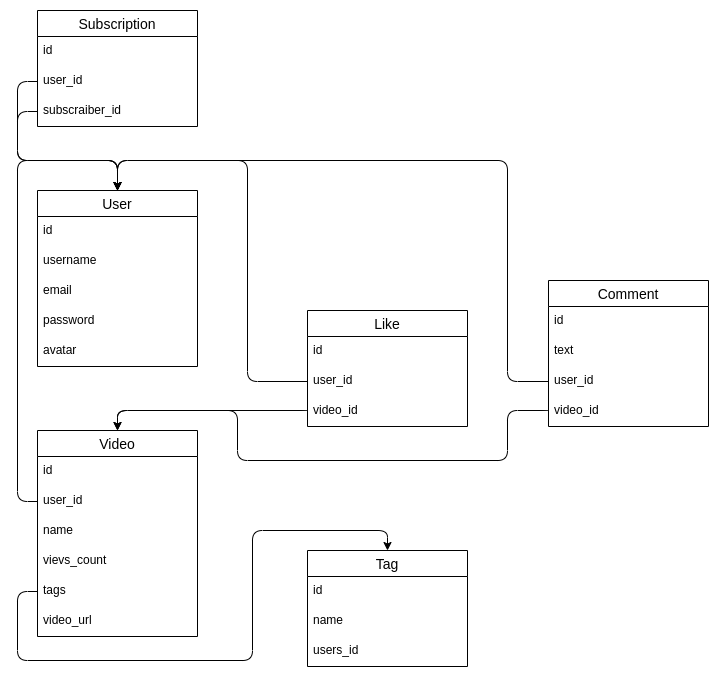
Before: bd_scheme.png, a diagram exported from draw.io (Elderly-AI/hiload). Source tidied: cells renumbered, new cells last; positions are measured from the earlier drawing's top-left corner, leaving out a move shared by most shapes. Source of this version:
```xml
<mxGraphModel>
  <root>
    <mxCell id="0" />
    <mxCell id="1" parent="0" />
    <mxCell id="2" value="User" style="swimlane;fontStyle=0;horizontal=1;startSize=26;align=center;fontSize=14;" parent="1" vertex="1">
      <mxGeometry x="20" y="180" width="160" height="176" as="geometry" />
    </mxCell>
    <mxCell id="3" value="id" style="text;strokeColor=none;fillColor=none;spacingLeft=4;spacingRight=4;overflow=hidden;fontSize=12;" parent="2" vertex="1">
      <mxGeometry y="26" width="160" height="30" as="geometry" />
    </mxCell>
    <mxCell id="4" value="username" style="text;strokeColor=none;fillColor=none;spacingLeft=4;spacingRight=4;overflow=hidden;fontSize=12;" parent="2" vertex="1">
      <mxGeometry y="56" width="160" height="30" as="geometry" />
    </mxCell>
    <mxCell id="5" value="email" style="text;strokeColor=none;fillColor=none;spacingLeft=4;spacingRight=4;overflow=hidden;fontSize=12;" parent="2" vertex="1">
      <mxGeometry y="86" width="160" height="30" as="geometry" />
    </mxCell>
    <mxCell id="6" value="password" style="text;strokeColor=none;fillColor=none;spacingLeft=4;spacingRight=4;overflow=hidden;fontSize=12;" parent="2" vertex="1">
      <mxGeometry y="116" width="160" height="30" as="geometry" />
    </mxCell>
    <mxCell id="7" value="avatar" style="text;strokeColor=none;fillColor=none;spacingLeft=4;spacingRight=4;overflow=hidden;fontSize=12;" parent="2" vertex="1">
      <mxGeometry y="146" width="160" height="30" as="geometry" />
    </mxCell>
    <mxCell id="8" value="Like" style="swimlane;fontStyle=0;horizontal=1;startSize=26;align=center;fontSize=14;" parent="1" vertex="1">
      <mxGeometry x="290" y="300" width="160" height="116" as="geometry" />
    </mxCell>
    <mxCell id="9" value="id" style="text;strokeColor=none;fillColor=none;spacingLeft=4;spacingRight=4;overflow=hidden;fontSize=12;" parent="8" vertex="1">
      <mxGeometry y="26" width="160" height="30" as="geometry" />
    </mxCell>
    <mxCell id="10" value="user_id" style="text;strokeColor=none;fillColor=none;spacingLeft=4;spacingRight=4;overflow=hidden;points=[[0,0.5],[1,0.5]];portConstraint=eastwest;fontSize=12;" parent="8" vertex="1">
      <mxGeometry y="56" width="160" height="30" as="geometry" />
    </mxCell>
    <mxCell id="11" value="video_id" style="text;strokeColor=none;fillColor=none;spacingLeft=4;spacingRight=4;overflow=hidden;points=[[0,0.5],[1,0.5]];portConstraint=eastwest;fontSize=12;" parent="8" vertex="1">
      <mxGeometry y="86" width="160" height="30" as="geometry" />
    </mxCell>
    <mxCell id="12" value="Tag" style="swimlane;fontStyle=0;horizontal=1;startSize=26;align=center;fontSize=14;" parent="1" vertex="1">
      <mxGeometry x="290" y="540" width="160" height="116" as="geometry" />
    </mxCell>
    <mxCell id="13" value="id" style="text;strokeColor=none;fillColor=none;spacingLeft=4;spacingRight=4;overflow=hidden;fontSize=12;" parent="12" vertex="1">
      <mxGeometry y="26" width="160" height="30" as="geometry" />
    </mxCell>
    <mxCell id="14" value="name" style="text;strokeColor=none;fillColor=none;spacingLeft=4;spacingRight=4;overflow=hidden;fontSize=12;" parent="12" vertex="1">
      <mxGeometry y="56" width="160" height="30" as="geometry" />
    </mxCell>
    <mxCell id="15" value="users_id" style="text;strokeColor=none;fillColor=none;spacingLeft=4;spacingRight=4;overflow=hidden;fontSize=12;" parent="12" vertex="1">
      <mxGeometry y="86" width="160" height="30" as="geometry" />
    </mxCell>
    <mxCell id="16" value="Comment" style="swimlane;fontStyle=0;horizontal=1;startSize=26;align=center;fontSize=14;" parent="1" vertex="1">
      <mxGeometry x="531" y="270" width="160" height="146" as="geometry" />
    </mxCell>
    <mxCell id="17" value="id" style="text;strokeColor=none;fillColor=none;spacingLeft=4;spacingRight=4;overflow=hidden;fontSize=12;" parent="16" vertex="1">
      <mxGeometry y="26" width="160" height="30" as="geometry" />
    </mxCell>
    <mxCell id="18" value="text" style="text;strokeColor=none;fillColor=none;spacingLeft=4;spacingRight=4;overflow=hidden;fontSize=12;" parent="16" vertex="1">
      <mxGeometry y="56" width="160" height="30" as="geometry" />
    </mxCell>
    <mxCell id="19" value="user_id" style="text;strokeColor=none;fillColor=none;spacingLeft=4;spacingRight=4;overflow=hidden;points=[[0,0.5],[1,0.5]];portConstraint=eastwest;fontSize=12;" parent="16" vertex="1">
      <mxGeometry y="86" width="160" height="30" as="geometry" />
    </mxCell>
    <mxCell id="20" value="video_id" style="text;strokeColor=none;fillColor=none;spacingLeft=4;spacingRight=4;overflow=hidden;points=[[0,0.5],[1,0.5]];portConstraint=eastwest;fontSize=12;" parent="16" vertex="1">
      <mxGeometry y="116" width="160" height="30" as="geometry" />
    </mxCell>
    <mxCell id="21" value="Video" style="swimlane;fontStyle=0;horizontal=1;startSize=26;align=center;fontSize=14;" parent="1" vertex="1">
      <mxGeometry x="20" y="420" width="160" height="206" as="geometry" />
    </mxCell>
    <mxCell id="22" value="id" style="text;strokeColor=none;fillColor=none;spacingLeft=4;spacingRight=4;overflow=hidden;fontSize=12;" parent="21" vertex="1">
      <mxGeometry y="26" width="160" height="30" as="geometry" />
    </mxCell>
    <mxCell id="23" value="user_id" style="text;strokeColor=none;fillColor=none;spacingLeft=4;spacingRight=4;overflow=hidden;points=[[0,0.5],[1,0.5]];portConstraint=eastwest;fontSize=12;" parent="21" vertex="1">
      <mxGeometry y="56" width="160" height="30" as="geometry" />
    </mxCell>
    <mxCell id="24" value="name" style="text;strokeColor=none;fillColor=none;spacingLeft=4;spacingRight=4;overflow=hidden;fontSize=12;" parent="21" vertex="1">
      <mxGeometry y="86" width="160" height="30" as="geometry" />
    </mxCell>
    <mxCell id="25" value="vievs_count" style="text;strokeColor=none;fillColor=none;spacingLeft=4;spacingRight=4;overflow=hidden;fontSize=12;" parent="21" vertex="1">
      <mxGeometry y="116" width="160" height="30" as="geometry" />
    </mxCell>
    <mxCell id="26" value="tags" style="text;strokeColor=none;fillColor=none;spacingLeft=4;spacingRight=4;overflow=hidden;points=[[0,0.5],[1,0.5]];portConstraint=eastwest;fontSize=12;" parent="21" vertex="1">
      <mxGeometry y="146" width="160" height="30" as="geometry" />
    </mxCell>
    <mxCell id="27" value="video_url" style="text;strokeColor=none;fillColor=none;spacingLeft=4;spacingRight=4;overflow=hidden;fontSize=12;" parent="21" vertex="1">
      <mxGeometry y="176" width="160" height="30" as="geometry" />
    </mxCell>
    <mxCell id="28" value="Subscription" style="swimlane;fontStyle=0;horizontal=1;startSize=26;align=center;fontSize=14;" parent="1" vertex="1">
      <mxGeometry x="20" width="160" height="116" as="geometry" />
    </mxCell>
    <mxCell id="29" value="id" style="text;strokeColor=none;fillColor=none;spacingLeft=4;spacingRight=4;overflow=hidden;fontSize=12;" parent="28" vertex="1">
      <mxGeometry y="26" width="160" height="30" as="geometry" />
    </mxCell>
    <mxCell id="30" value="user_id" style="text;strokeColor=none;fillColor=none;spacingLeft=4;spacingRight=4;overflow=hidden;points=[[0,0.5],[1,0.5]];portConstraint=eastwest;fontSize=12;" parent="28" vertex="1">
      <mxGeometry y="56" width="160" height="30" as="geometry" />
    </mxCell>
    <mxCell id="31" value="subscraiber_id" style="text;strokeColor=none;fillColor=none;spacingLeft=4;spacingRight=4;overflow=hidden;points=[[0,0.5],[1,0.5]];portConstraint=eastwest;fontSize=12;" parent="28" vertex="1">
      <mxGeometry y="86" width="160" height="30" as="geometry" />
    </mxCell>
    <mxCell id="32" style="edgeStyle=orthogonalEdgeStyle;rounded=1;jettySize=auto;html=1;exitX=0;exitY=0.5;exitDx=0;exitDy=0;entryX=0.5;entryY=0;entryDx=0;entryDy=0;" parent="1" edge="1" source="30" target="2">
      <mxGeometry relative="1" as="geometry">
        <Array as="points">
          <mxPoint y="71" />
          <mxPoint y="150" />
          <mxPoint x="100" y="150" />
        </Array>
      </mxGeometry>
    </mxCell>
    <mxCell id="33" style="edgeStyle=orthogonalEdgeStyle;rounded=1;jettySize=auto;html=1;exitX=0;exitY=0.5;exitDx=0;exitDy=0;entryX=0.5;entryY=0;entryDx=0;entryDy=0;" parent="1" edge="1" source="31" target="2">
      <mxGeometry relative="1" as="geometry">
        <Array as="points">
          <mxPoint y="101" />
          <mxPoint y="150" />
          <mxPoint x="100" y="150" />
        </Array>
      </mxGeometry>
    </mxCell>
    <mxCell id="34" style="edgeStyle=orthogonalEdgeStyle;rounded=1;jettySize=auto;html=1;exitX=0;exitY=0.5;exitDx=0;exitDy=0;entryX=0.5;entryY=0;entryDx=0;entryDy=0;" parent="1" edge="1" source="23" target="2">
      <mxGeometry relative="1" as="geometry">
        <Array as="points">
          <mxPoint y="491" />
          <mxPoint y="150" />
          <mxPoint x="100" y="150" />
        </Array>
      </mxGeometry>
    </mxCell>
    <mxCell id="35" style="edgeStyle=orthogonalEdgeStyle;rounded=1;jettySize=auto;html=1;exitX=0;exitY=0.5;exitDx=0;exitDy=0;entryX=0.5;entryY=0;entryDx=0;entryDy=0;" parent="1" edge="1" source="26" target="12">
      <mxGeometry relative="1" as="geometry">
        <Array as="points">
          <mxPoint y="581" />
          <mxPoint y="650" />
          <mxPoint x="235" y="650" />
          <mxPoint x="235" y="520" />
          <mxPoint x="370" y="520" />
        </Array>
      </mxGeometry>
    </mxCell>
    <mxCell id="36" style="edgeStyle=orthogonalEdgeStyle;rounded=1;jettySize=auto;html=1;exitX=0;exitY=0.5;exitDx=0;exitDy=0;entryX=0.5;entryY=0;entryDx=0;entryDy=0;" parent="1" edge="1" source="11" target="21">
      <mxGeometry relative="1" as="geometry">
        <Array as="points">
          <mxPoint x="290" y="400" />
          <mxPoint x="100" y="400" />
        </Array>
      </mxGeometry>
    </mxCell>
    <mxCell id="37" style="edgeStyle=orthogonalEdgeStyle;rounded=1;jettySize=auto;html=1;exitX=0;exitY=0.5;exitDx=0;exitDy=0;entryX=0.5;entryY=0;entryDx=0;entryDy=0;" parent="1" edge="1" source="10" target="2">
      <mxGeometry relative="1" as="geometry">
        <Array as="points">
          <mxPoint x="230" y="371" />
          <mxPoint x="230" y="150" />
          <mxPoint x="100" y="150" />
        </Array>
      </mxGeometry>
    </mxCell>
    <mxCell id="38" style="edgeStyle=orthogonalEdgeStyle;rounded=1;jettySize=auto;html=1;exitX=0;exitY=0.5;exitDx=0;exitDy=0;entryX=0.5;entryY=0;entryDx=0;entryDy=0;" parent="1" edge="1" source="20" target="21">
      <mxGeometry relative="1" as="geometry">
        <Array as="points">
          <mxPoint x="531" y="400" />
          <mxPoint x="490" y="400" />
          <mxPoint x="490" y="450" />
          <mxPoint x="220" y="450" />
          <mxPoint x="220" y="400" />
          <mxPoint x="100" y="400" />
        </Array>
      </mxGeometry>
    </mxCell>
    <mxCell id="39" style="edgeStyle=orthogonalEdgeStyle;rounded=1;jettySize=auto;html=1;exitX=0;exitY=0.5;exitDx=0;exitDy=0;entryX=0.5;entryY=0;entryDx=0;entryDy=0;" parent="1" edge="1" source="19" target="2">
      <mxGeometry relative="1" as="geometry">
        <Array as="points">
          <mxPoint x="490" y="371" />
          <mxPoint x="490" y="150" />
          <mxPoint x="100" y="150" />
        </Array>
      </mxGeometry>
    </mxCell>
  </root>
</mxGraphModel>
```
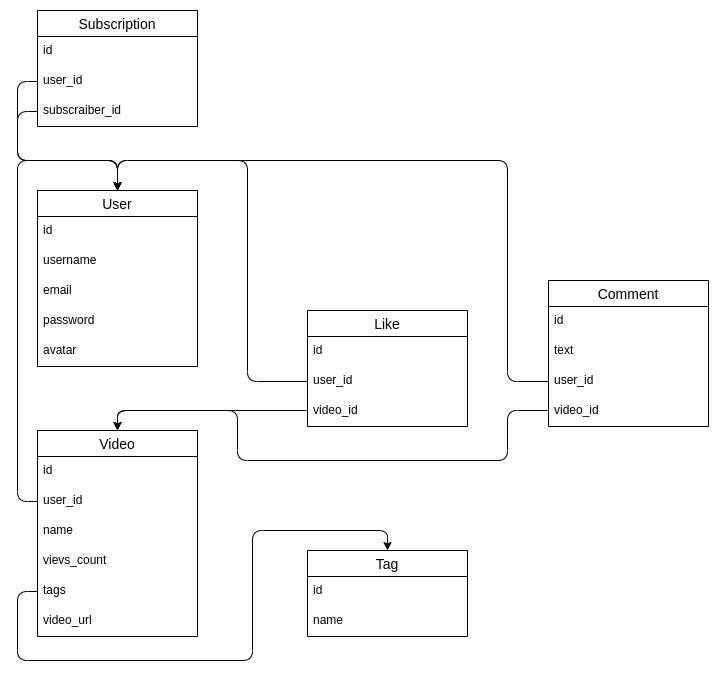
Later version of the same file.

Commit message:
fir bd scheme

Change to the diagram source:
```diff
@@ -33,7 +33,7 @@
       <mxGeometry y="86" width="160" height="30" as="geometry" />
     </mxCell>
     <mxCell id="12" value="Tag" style="swimlane;fontStyle=0;horizontal=1;startSize=26;align=center;fontSize=14;" parent="1" vertex="1">
-      <mxGeometry x="290" y="540" width="160" height="116" as="geometry" />
+      <mxGeometry x="290" y="540" width="160" height="86" as="geometry" />
     </mxCell>
     <mxCell id="13" value="id" style="text;strokeColor=none;fillColor=none;spacingLeft=4;spacingRight=4;overflow=hidden;fontSize=12;" parent="12" vertex="1">
       <mxGeometry y="26" width="160" height="30" as="geometry" />
@@ -41,9 +41,6 @@
     <mxCell id="14" value="name" style="text;strokeColor=none;fillColor=none;spacingLeft=4;spacingRight=4;overflow=hidden;fontSize=12;" parent="12" vertex="1">
       <mxGeometry y="56" width="160" height="30" as="geometry" />
     </mxCell>
-    <mxCell id="15" value="users_id" style="text;strokeColor=none;fillColor=none;spacingLeft=4;spacingRight=4;overflow=hidden;fontSize=12;" parent="12" vertex="1">
-      <mxGeometry y="86" width="160" height="30" as="geometry" />
-    </mxCell>
     <mxCell id="16" value="Comment" style="swimlane;fontStyle=0;horizontal=1;startSize=26;align=center;fontSize=14;" parent="1" vertex="1">
       <mxGeometry x="531" y="270" width="160" height="146" as="geometry" />
     </mxCell>
```
